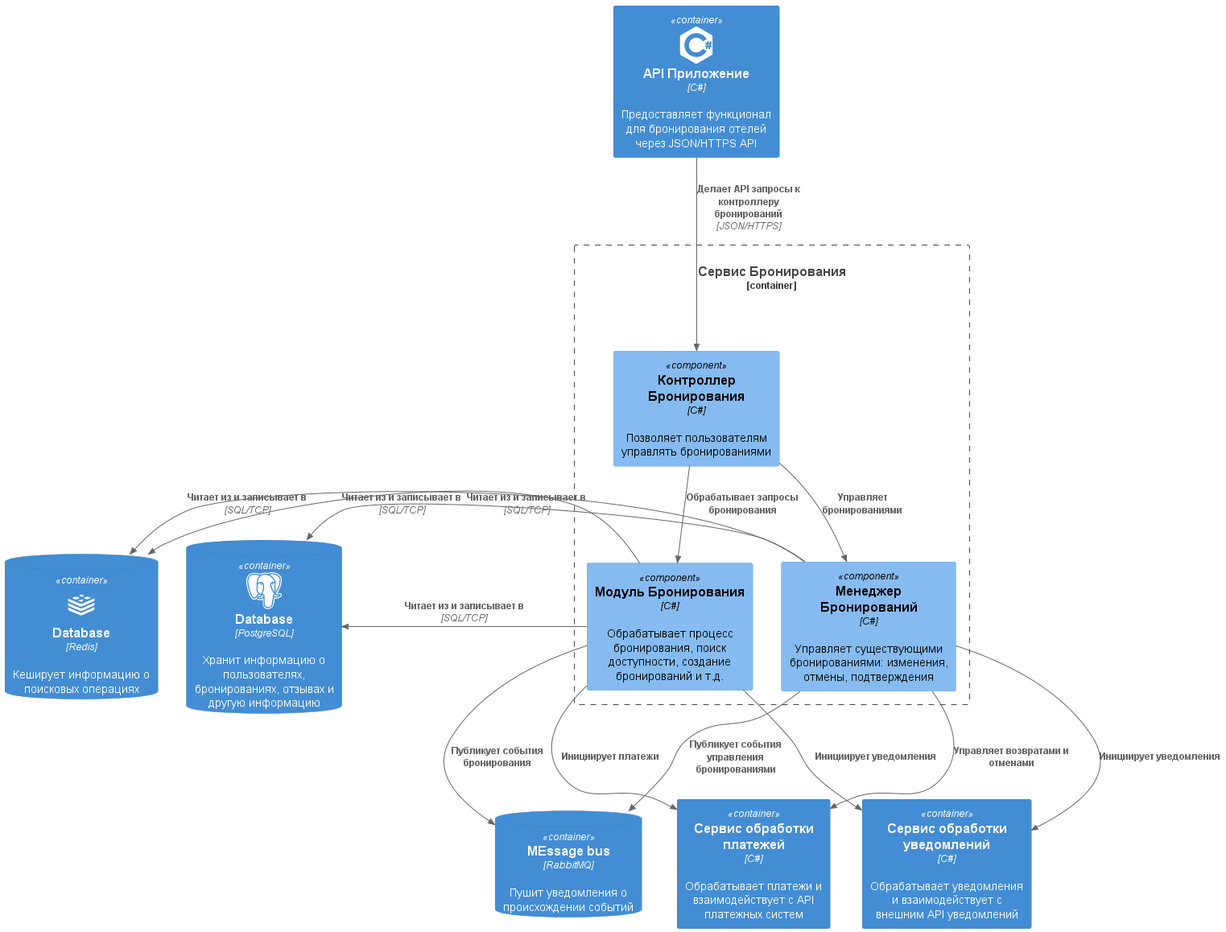
Before: C4/3_component [Booking].png, a diagram exported from PlantUML (GornikMaria/SoftwareDevelopmentTechnology).
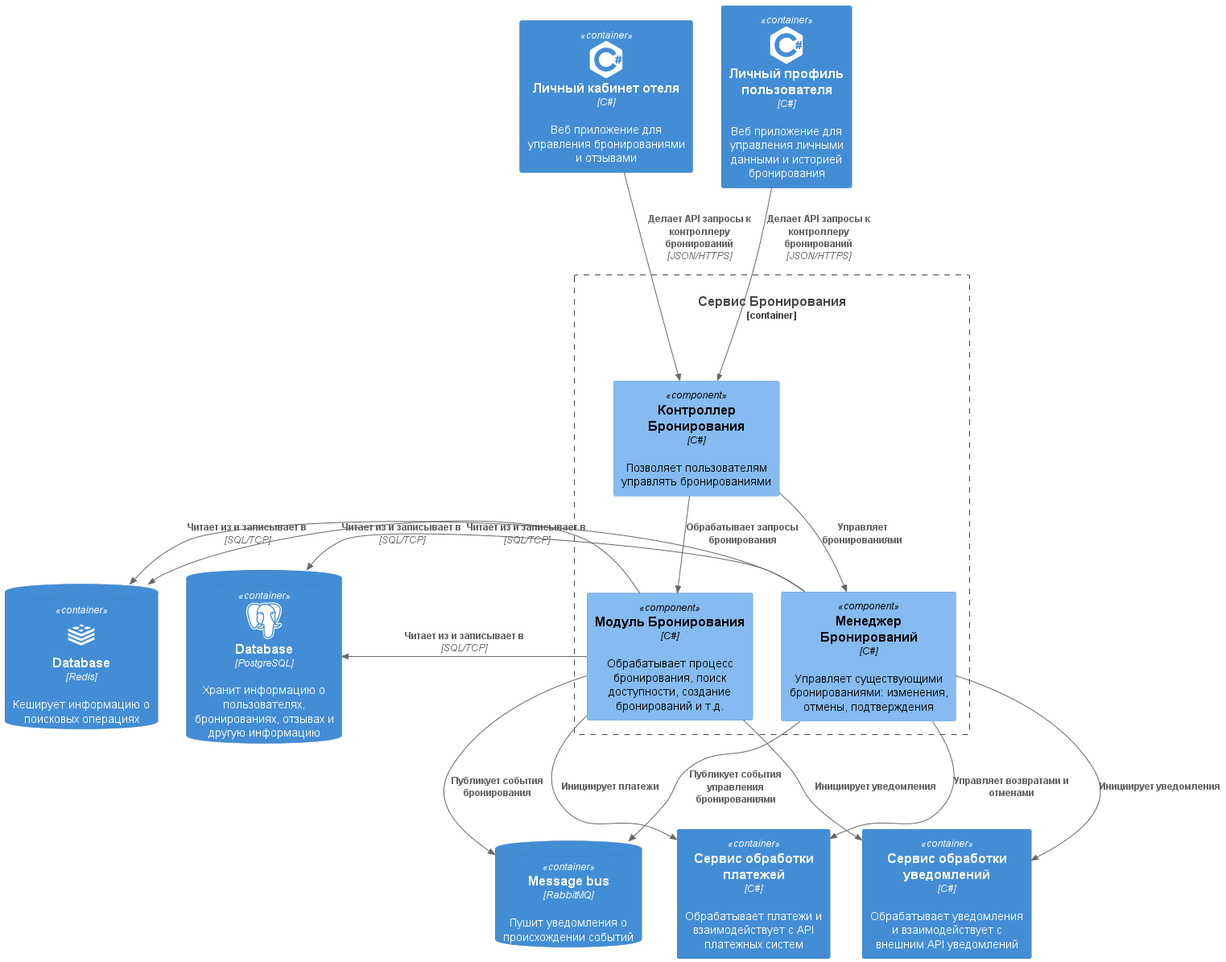
The same diagram one commit later.

Diff of the diagram source:
```diff
@@ -10,15 +10,17 @@
 !include DEVICONS2/csharp.puml
 !include DEVICONS2/postgresql.puml
 
-Container(bookingService, "API Приложение", "C#", "Предоставляет функционал для бронирования отелей через JSON/HTTPS API", $sprite="csharp")
+Container(extranet, "Личный кабинет отеля", "C#", "Веб приложение для управления бронированиями и отзывами", $sprite="csharp")
+Container(guestProfile, "Личный профиль пользователя", "C#", "Веб приложение для управления личными данными и историей бронирования", $sprite="csharp")
 
 ContainerDb(postgres, "Database", "PostgreSQL", "Хранит информацию о пользователях, бронированиях, отзывах и другую информацию", $sprite="postgresql")
 ContainerDb(redis, "Database", "Redis", "Кеширует информацию о поисковых операциях", $sprite="redis")
-ContainerDb(rabbit, "MEssage bus", "RabbitMQ", "Пушит уведомления о происхождении событий")
+ContainerDb(rabbit, "Message bus", "RabbitMQ", "Пушит уведомления о происхождении событий")
 
 Container_Boundary(bookingService_container, "Сервис Бронирования") {
     Component(bookingController, "Контроллер Бронирования", "C#", "Позволяет пользователям управлять бронированиями")
-    Rel_D(bookingService, bookingController, "Делает API запросы к контроллеру бронирований", "JSON/HTTPS")
+    Rel_D(extranet, bookingController, "Делает API запросы к контроллеру бронирований", "JSON/HTTPS")
+    Rel_D(guestProfile, bookingController, "Делает API запросы к контроллеру бронирований", "JSON/HTTPS")
 
     Component(bookingEngine, "Модуль Бронирования", "C#", "Обрабатывает процесс бронирования, поиск доступности, создание бронирований и т.д.")
     Component(reservationManager, "Менеджер Бронирований", "C#", "Управляет существующими бронированиями: изменения, отмены, подтверждения")
```
